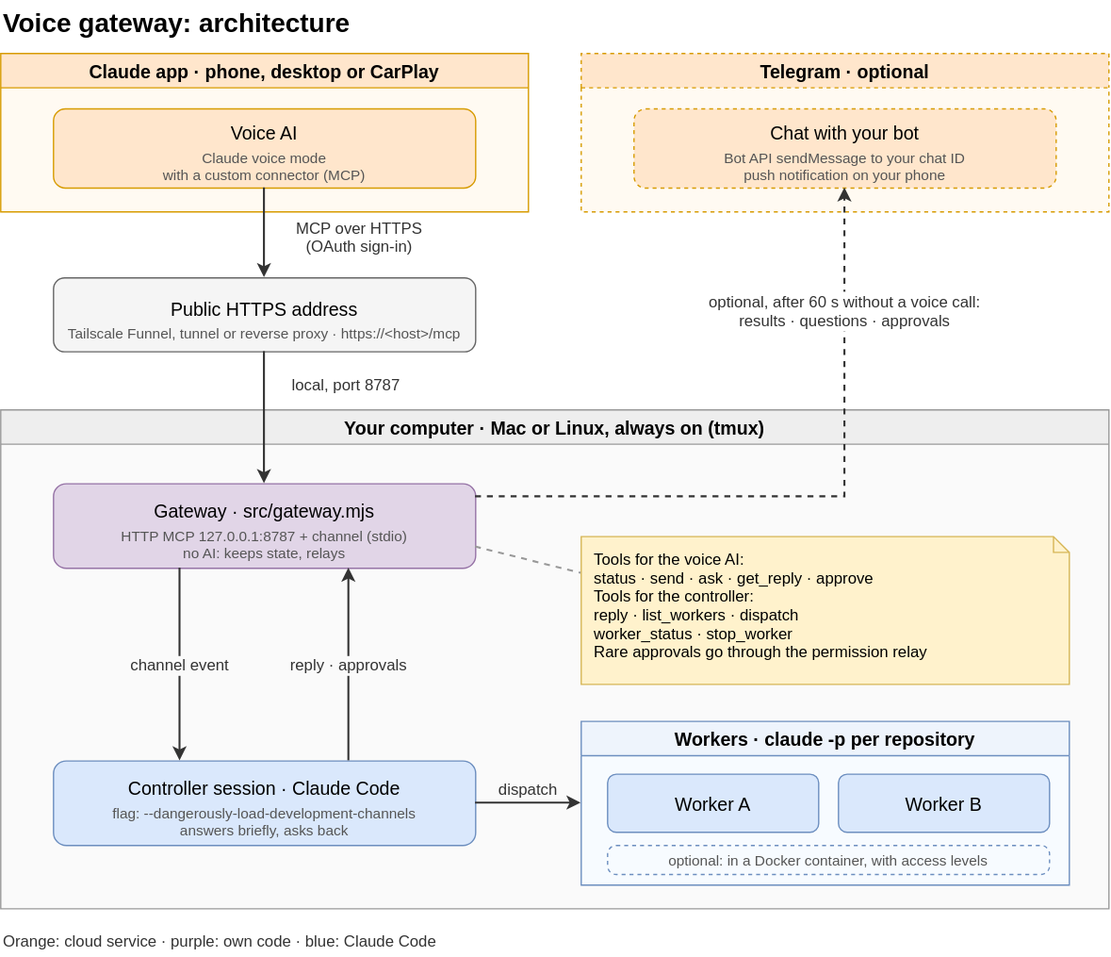
alderg/cc-voice-gateway keeps this draw.io diagram as docs/architecture.drawio.svg. Above is the earlier version. Source tidied: cells renumbered, new cells last; positions are measured from the earlier drawing's top-left corner, leaving out a move shared by most shapes.
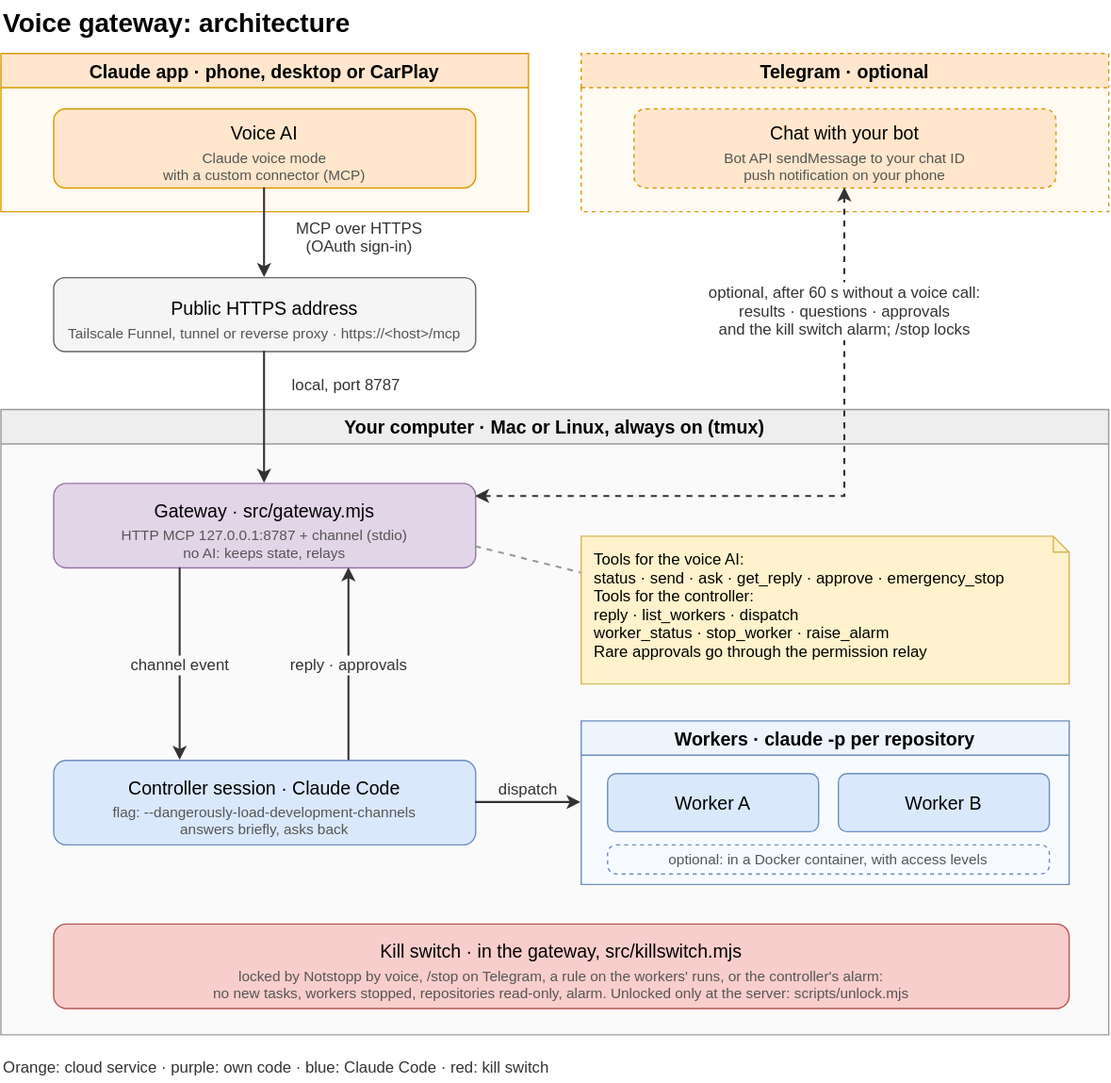
The same diagram one commit later.

Change to the diagram source:
```diff
@@ -30,7 +30,7 @@
       <mxGeometry y="31.3" width="320" height="13.2" as="geometry" />
     </mxCell>
     <mxCell id="11" value="Your computer · Mac or Linux, always on (tmux)" style="swimlane;startSize=26;html=0;fontSize=14;fontStyle=1;fillColor=#eeeeee;strokeColor=#999999;swimlaneFillColor=#fafafa;rounded=0;" parent="1" vertex="1">
-      <mxGeometry y="310" width="840" height="378" as="geometry" />
+      <mxGeometry y="310" width="840" height="474" as="geometry" />
     </mxCell>
     <mxCell id="12" value="Gateway · src/gateway.mjs" style="rounded=1;html=0;fontSize=14;fillColor=#e1d5e7;strokeColor=#9673a6;fontStyle=0;verticalAlign=top;spacingTop=6.9;" parent="11" vertex="1">
       <mxGeometry x="40" y="56" width="320" height="64" as="geometry" />
@@ -44,7 +44,7 @@
     <mxCell id="15" value="flag: --dangerously-load-development-channels&#10;answers briefly, asks back" style="text;html=0;fontSize=11;fontColor=#555555;align=center;verticalAlign=top;spacing=0;strokeColor=none;fillColor=none;" parent="14" vertex="1">
       <mxGeometry y="28.7" width="320" height="26.4" as="geometry" />
     </mxCell>
-    <mxCell id="16" value="Tools for the voice AI:&#10;status · send · ask · get_reply · approve&#10;Tools for the controller:&#10;reply · list_workers · dispatch&#10;worker_status · stop_worker&#10;Rare approvals go through the permission relay" style="shape=note;size=12;html=0;fontSize=12;align=left;verticalAlign=top;spacingLeft=8;spacingTop=4;fillColor=#fff2cc;strokeColor=#d6b656;" parent="11" vertex="1">
+    <mxCell id="16" value="Tools for the voice AI:&#10;status · send · ask · get_reply · approve · emergency_stop&#10;Tools for the controller:&#10;reply · list_workers · dispatch&#10;worker_status · stop_worker · raise_alarm&#10;Rare approvals go through the permission relay" style="shape=note;size=12;html=0;fontSize=12;align=left;verticalAlign=top;spacingLeft=8;spacingTop=4;fillColor=#fff2cc;strokeColor=#d6b656;" parent="11" vertex="1">
       <mxGeometry x="440" y="96" width="370" height="112" as="geometry" />
     </mxCell>
     <mxCell id="17" value="Workers · claude -p per repository" style="swimlane;startSize=26;html=0;fontSize=14;fontStyle=1;fillColor=#eef4fc;strokeColor=#6c8ebf;swimlaneFillColor=#f7fbff;rounded=0;" parent="11" vertex="1">
@@ -59,8 +59,14 @@
     <mxCell id="20" value="optional: in a Docker container, with access levels" style="rounded=1;html=0;fontSize=11;fontColor=#555555;fillColor=none;strokeColor=#6c8ebf;dashed=1;arcSize=30;" parent="17" vertex="1">
       <mxGeometry x="20" y="94" width="335" height="22" as="geometry" />
     </mxCell>
+    <mxCell id="29" value="Kill switch · in the gateway, src/killswitch.mjs" style="rounded=1;html=0;fontSize=14;fillColor=#f8cecc;strokeColor=#b85450;fontStyle=0;verticalAlign=top;spacingTop=6.9;" parent="11" vertex="1">
+      <mxGeometry x="40" y="390" width="770" height="64" as="geometry" />
+    </mxCell>
+    <mxCell id="30" value="locked by Notstopp by voice, /stop on Telegram, a rule on the workers' runs, or the controller's alarm:&#10;no new tasks, workers stopped, repositories read-only, alarm. Unlocked only at the server: scripts/unlock.mjs" style="text;html=0;fontSize=11;fontColor=#555555;align=center;verticalAlign=top;spacing=0;strokeColor=none;fillColor=none;" parent="29" vertex="1">
+      <mxGeometry y="28.7" width="770" height="26.4" as="geometry" />
+    </mxCell>
-    <mxCell id="21" value="Orange: cloud service · purple: own code · blue: Claude Code" style="text;html=0;fontSize=12;align=left;verticalAlign=middle;strokeColor=none;fillColor=none;fontStyle=0;fontColor=#333333;" parent="1" vertex="1">
-      <mxGeometry y="700" width="840" height="24" as="geometry" />
+    <mxCell id="21" value="Orange: cloud service · purple: own code · blue: Claude Code · red: kill switch" style="text;html=0;fontSize=12;align=left;verticalAlign=middle;strokeColor=none;fillColor=none;fontStyle=0;fontColor=#333333;" parent="1" vertex="1">
+      <mxGeometry y="796" width="840" height="24" as="geometry" />
     </mxCell>
     <mxCell id="22" value="MCP over HTTPS&#10;(OAuth sign-in)" style="edgeStyle=none;rounded=0;html=0;endArrow=classic;endFill=1;startArrow=none;strokeColor=#333333;strokeWidth=1.5;fontSize=12;fontColor=#333333;labelBackgroundColor=#ffffff;exitX=0.5;exitY=1;exitDx=0;exitDy=0;entryX=0.5;entryY=0;entryDx=0;entryDy=0;" parent="1" edge="1" source="4" target="9">
       <mxGeometry x="0.1" relative="1" as="geometry">
@@ -86,7 +92,7 @@
     <mxCell id="27" style="edgeStyle=none;rounded=0;html=0;endArrow=none;startArrow=none;strokeColor=#999999;strokeWidth=1.5;fontSize=12;fontColor=#333333;labelBackgroundColor=#ffffff;dashed=1;exitX=1;exitY=0.75;exitDx=0;exitDy=0;entryX=0;entryY=0.25;entryDx=0;entryDy=0;" parent="1" edge="1" source="12" target="16">
       <mxGeometry relative="1" as="geometry" />
     </mxCell>
-    <mxCell id="28" value="optional, after 60 s without a voice call:&#10;results · questions · approvals" style="edgeStyle=none;rounded=0;html=0;endArrow=classic;endFill=1;startArrow=none;strokeColor=#333333;strokeWidth=1.5;fontSize=12;fontColor=#333333;labelBackgroundColor=#ffffff;dashed=1;exitX=1;exitY=0;exitDx=0;exitDy=10;entryX=0.5;entryY=1;entryDx=0;entryDy=0;" parent="1" edge="1" source="12" target="7">
+    <mxCell id="28" value="optional, after 60 s without a voice call:&#10;results · questions · approvals&#10;and the kill switch alarm; /stop locks" style="edgeStyle=none;rounded=0;html=0;endArrow=classic;endFill=1;strokeColor=#333333;strokeWidth=1.5;fontSize=12;fontColor=#333333;labelBackgroundColor=#ffffff;dashed=1;startArrow=classic;startFill=1;exitX=1;exitY=0;exitDx=0;exitDy=10;entryX=0.5;entryY=1;entryDx=0;entryDy=0;" parent="1" edge="1" source="12" target="7">
       <mxGeometry x="0.64" relative="1" as="geometry">
         <Array as="points">
           <mxPoint x="640" y="376" />
```
